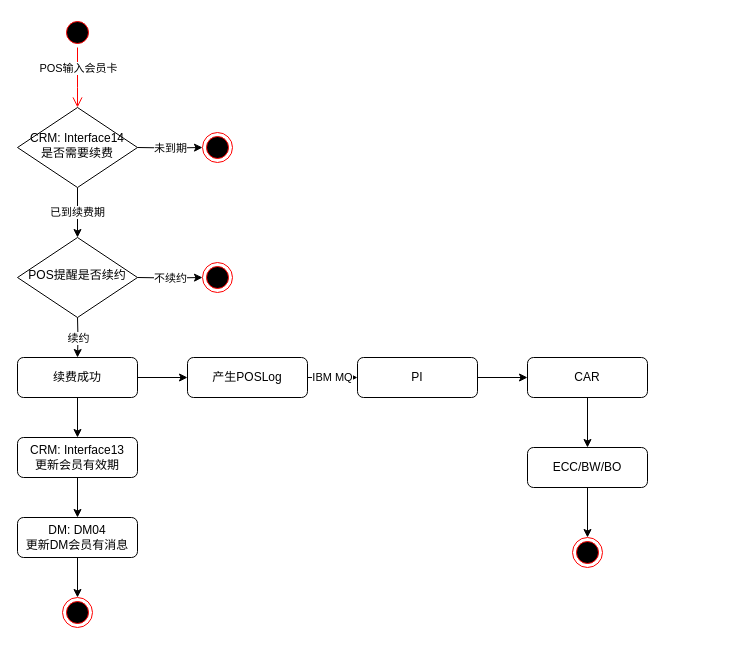
Before: page "POS手动续费" (4 of 7) of DM会员注册.drawio in luss613/draw.io, a draw.io diagram. Source tidied: cells renumbered, new cells numbered last; positions are measured from the earlier drawing's top-left corner, leaving out a move shared by most shapes. Both pictures are drawn from the tidied source at 100%, with x=0, y=0 at pixel (17, 17).
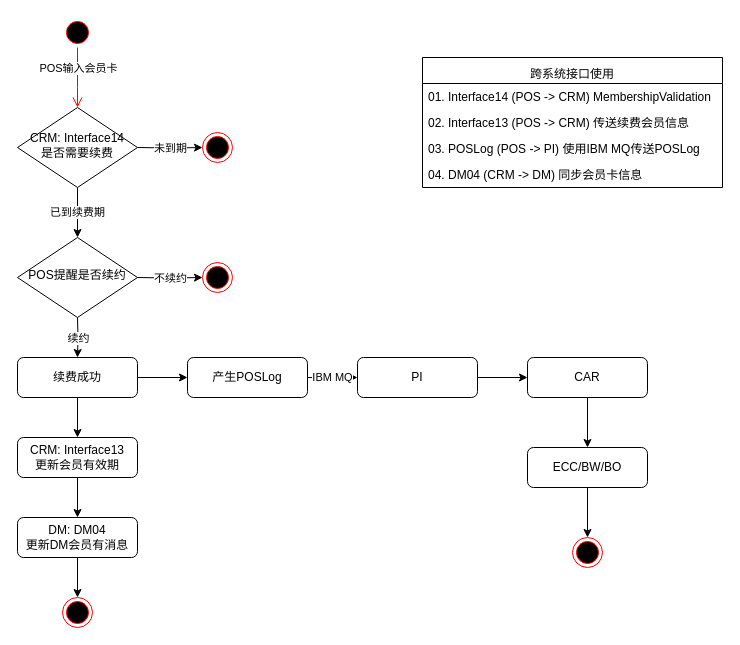
The same page after the edit.

Diff of the diagram source:
```diff
@@
+    <mxCell id="30" value="跨系统接口使用" style="swimlane;fontStyle=0;horizontal=1;startSize=26;align=center;verticalAlign=bottom;" parent="1" vertex="1">
+      <mxGeometry x="405" y="40" width="300" height="130" as="geometry" />
+    </mxCell>
+    <mxCell id="31" value="01. Interface14 (POS -&gt; CRM) MembershipValidation" style="text;strokeColor=none;fillColor=none;align=left;verticalAlign=top;spacingLeft=4;spacingRight=4;overflow=hidden;" parent="30" vertex="1">
+      <mxGeometry y="26" width="300" height="26" as="geometry" />
+    </mxCell>
+    <mxCell id="32" value="02. Interface13 (POS -&gt; CRM) 传送续费会员信息" style="text;strokeColor=none;fillColor=none;align=left;verticalAlign=top;spacingLeft=4;spacingRight=4;overflow=hidden;" parent="30" vertex="1">
+      <mxGeometry y="52" width="300" height="26" as="geometry" />
+    </mxCell>
+    <mxCell id="33" value="03. POSLog (POS -&gt; PI) 使用IBM MQ传送POSLog" style="text;strokeColor=none;fillColor=none;align=left;verticalAlign=top;spacingLeft=4;spacingRight=4;overflow=hidden;" parent="30" vertex="1">
+      <mxGeometry y="78" width="300" height="26" as="geometry" />
+    </mxCell>
+    <mxCell id="34" value="04. DM04 (CRM -&gt; DM) 同步会员卡信息" style="text;strokeColor=none;fillColor=none;align=left;verticalAlign=top;spacingLeft=4;spacingRight=4;overflow=hidden;" parent="30" vertex="1">
+      <mxGeometry y="104" width="300" height="26" as="geometry" />
+    </mxCell>
```
